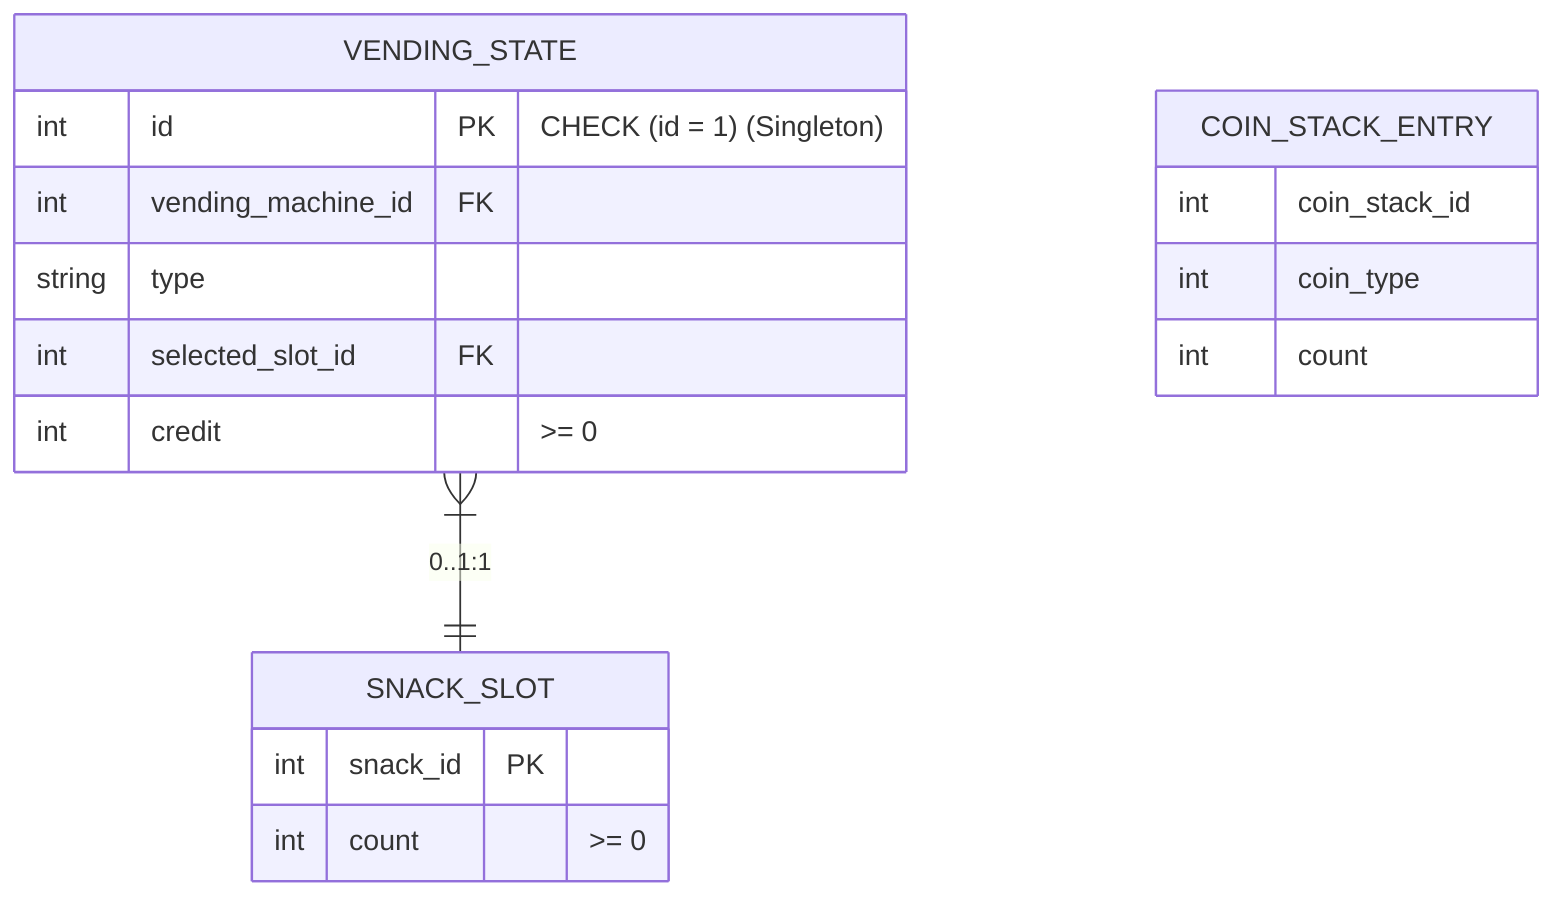
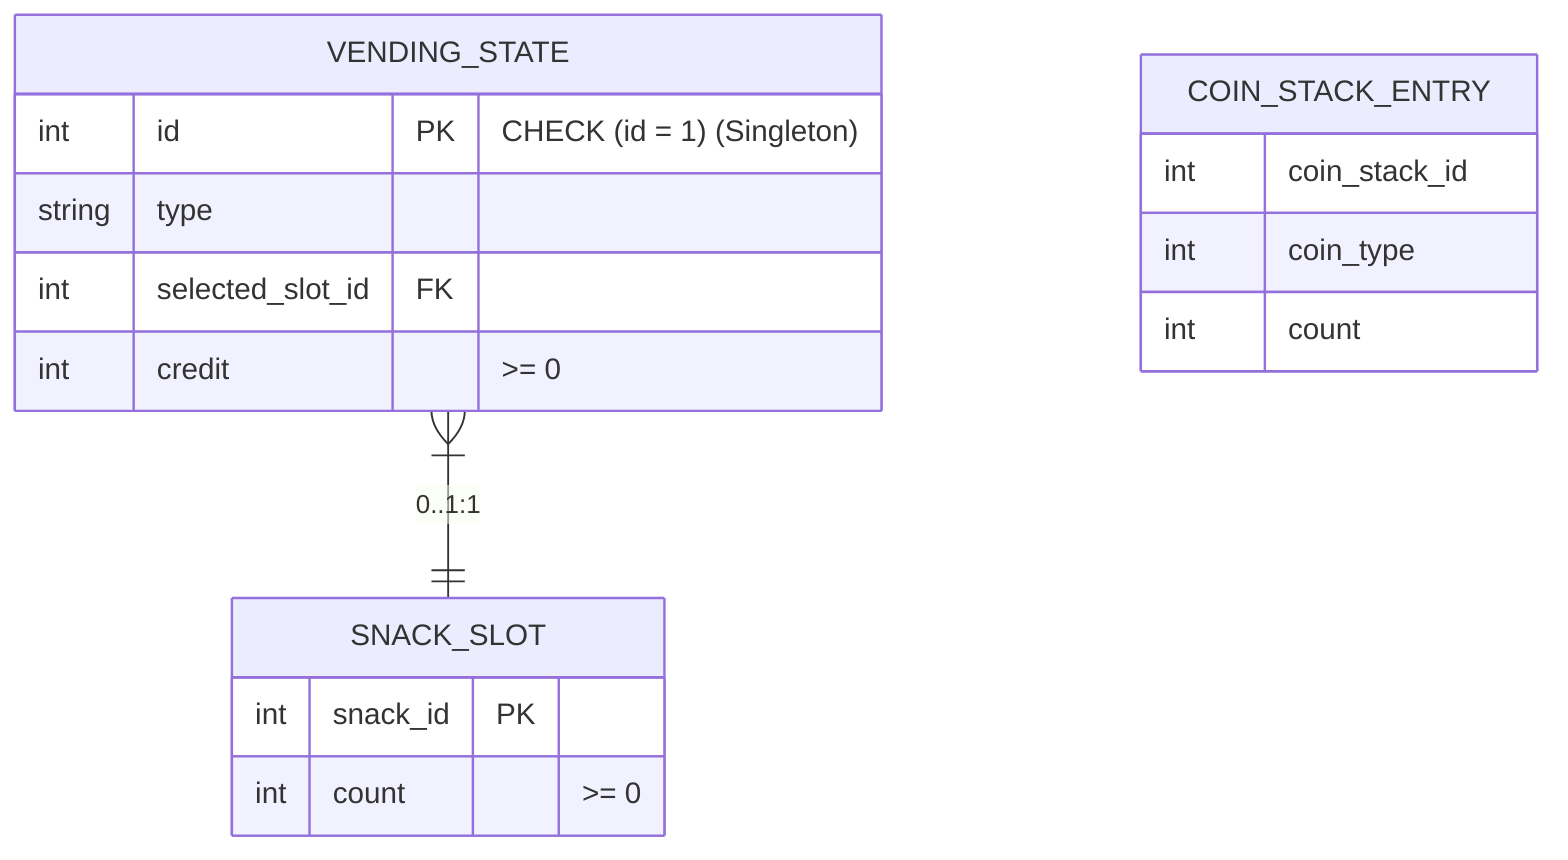
erDiagram
    %% VENDING_MACHINE ||--o{ SNACK_SLOT : "1:n"
    %% VENDING_MACHINE ||--|| VENDING_STATE : "1:1"
    VENDING_STATE }|--|| SNACK_SLOT : "0..1:1"


    COIN_STACK_ENTRY {
        int coin_stack_id
        int coin_type
        int count
    }
    SNACK_SLOT {
        int snack_id PK
        int count ">= 0"
    }

    VENDING_STATE {
        int id PK "CHECK (id = 1) (Singleton)"
-         int vending_machine_id FK
        string type
        int selected_slot_id FK
        int credit ">= 0"
    }